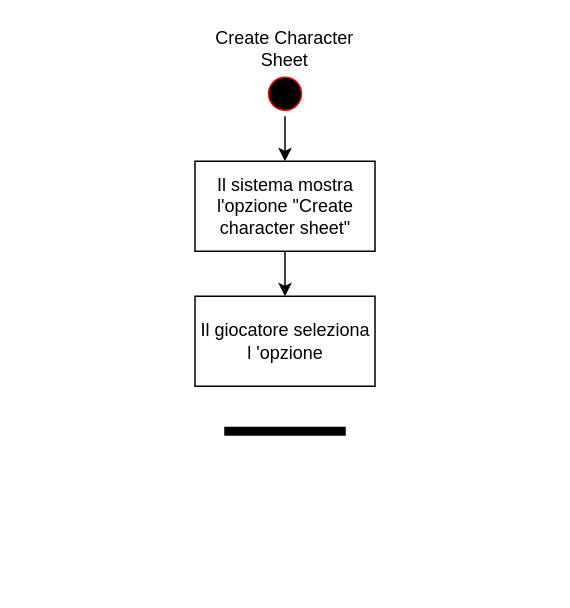
Before: Documents/Diagramma senza titolo.drawio in Polidori1999/Dungeons-FriendsISPW, a draw.io diagram. Source tidied: cells renumbered, new cells numbered last; positions are measured from the earlier drawing's top-left corner, leaving out a move shared by most shapes. Both pictures are drawn from the tidied source at 150%, with x=0, y=0 at pixel (194, 26).
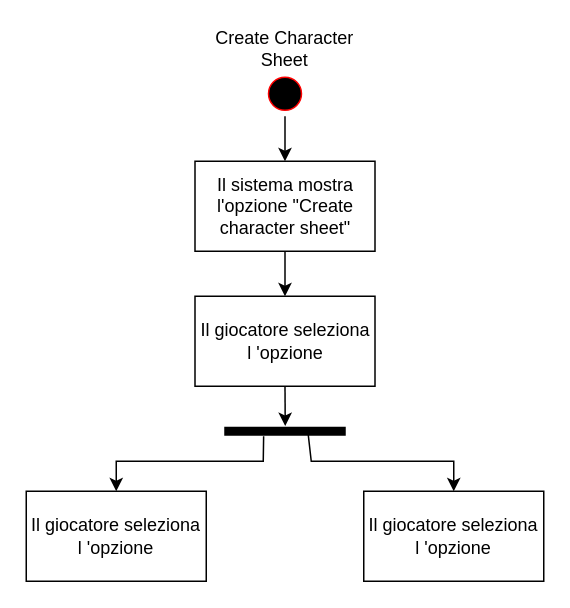
The same page after the edit.

The edit, as a diff of the source:
```diff
@@
 <mxGraphModel>
   <root>
     <mxCell id="0" />
     <mxCell id="1" parent="0" />
     <mxCell id="2" style="ellipse;shape=startState;fillColor=#000000;strokeColor=#ff0000;" parent="1" vertex="1">
       <mxGeometry x="45.5" y="30" width="30" height="30" as="geometry" />
     </mxCell>
     <mxCell id="3" value="Create Character Sheet" style="text;html=1;align=center;verticalAlign=middle;whiteSpace=wrap;rounded=0;" parent="1" vertex="1">
       <mxGeometry x="8" width="105" height="30" as="geometry" />
     </mxCell>
     <mxCell id="4" style="endArrow=classic;html=1;rounded=0;exitX=0.5;exitY=1;exitDx=0;exitDy=0;entryX=0.5;entryY=0;entryDx=0;entryDy=0;" parent="1" edge="1" source="2" target="5">
       <mxGeometry relative="1" as="geometry" />
     </mxCell>
     <mxCell id="5" value="Il sistema mostra l'opzione &quot;Create character sheet&quot;" style="rounded=0;whiteSpace=wrap;html=1;fillColor=none;" parent="1" vertex="1">
       <mxGeometry x="0.5" y="90" width="120" height="60" as="geometry" />
     </mxCell>
     <mxCell id="6" style="endArrow=classic;html=1;rounded=0;exitX=0.5;exitY=1;exitDx=0;exitDy=0;entryX=0.5;entryY=0;entryDx=0;entryDy=0;" parent="1" edge="1" source="5" target="7">
       <mxGeometry relative="1" as="geometry" />
     </mxCell>
     <mxCell id="7" value="Il giocatore seleziona l 'opzione" style="rounded=0;whiteSpace=wrap;html=1;fillColor=none;" parent="1" vertex="1">
       <mxGeometry x="0.5" y="180" width="120" height="60" as="geometry" />
     </mxCell>
     <mxCell id="8" style="html=1;points=[];perimeter=orthogonalPerimeter;fillColor=strokeColor;rotation=90;" parent="1" vertex="1">
       <mxGeometry x="58" y="230" width="5" height="80" as="geometry" />
     </mxCell>
+    <mxCell id="9" style="endArrow=classic;html=1;rounded=0;exitX=0.5;exitY=1;exitDx=0;exitDy=0;entryX=-0.196;entryY=0.498;entryDx=0;entryDy=0;entryPerimeter=0;" parent="1" edge="1" source="7" target="8">
+      <mxGeometry relative="1" as="geometry" />
+    </mxCell>
+    <mxCell id="10" value="Il giocatore seleziona l 'opzione" style="rounded=0;whiteSpace=wrap;html=1;fillColor=none;" parent="1" vertex="1">
+      <mxGeometry x="113" y="310" width="120" height="60" as="geometry" />
+    </mxCell>
+    <mxCell id="11" value="Il giocatore seleziona l 'opzione" style="rounded=0;whiteSpace=wrap;html=1;fillColor=none;" parent="1" vertex="1">
+      <mxGeometry x="-112" y="310" width="120" height="60" as="geometry" />
+    </mxCell>
+    <mxCell id="12" style="endArrow=classic;html=1;rounded=0;entryX=0.5;entryY=0;entryDx=0;entryDy=0;exitX=1.159;exitY=0.678;exitDx=0;exitDy=0;exitPerimeter=0;" parent="1" edge="1" source="8" target="11">
+      <mxGeometry relative="1" as="geometry">
+        <Array as="points">
+          <mxPoint x="46" y="290" />
+          <mxPoint x="-52" y="290" />
+        </Array>
+      </mxGeometry>
+    </mxCell>
+    <mxCell id="13" style="endArrow=classic;html=1;rounded=0;entryX=0.5;entryY=0;entryDx=0;entryDy=0;exitX=0.715;exitY=0.308;exitDx=0;exitDy=0;exitPerimeter=0;" parent="1" edge="1" source="8" target="10">
+      <mxGeometry relative="1" as="geometry">
+        <Array as="points">
+          <mxPoint x="78" y="290" />
+          <mxPoint x="173" y="290" />
+        </Array>
+      </mxGeometry>
+    </mxCell>
   </root>
 </mxGraphModel>
```
